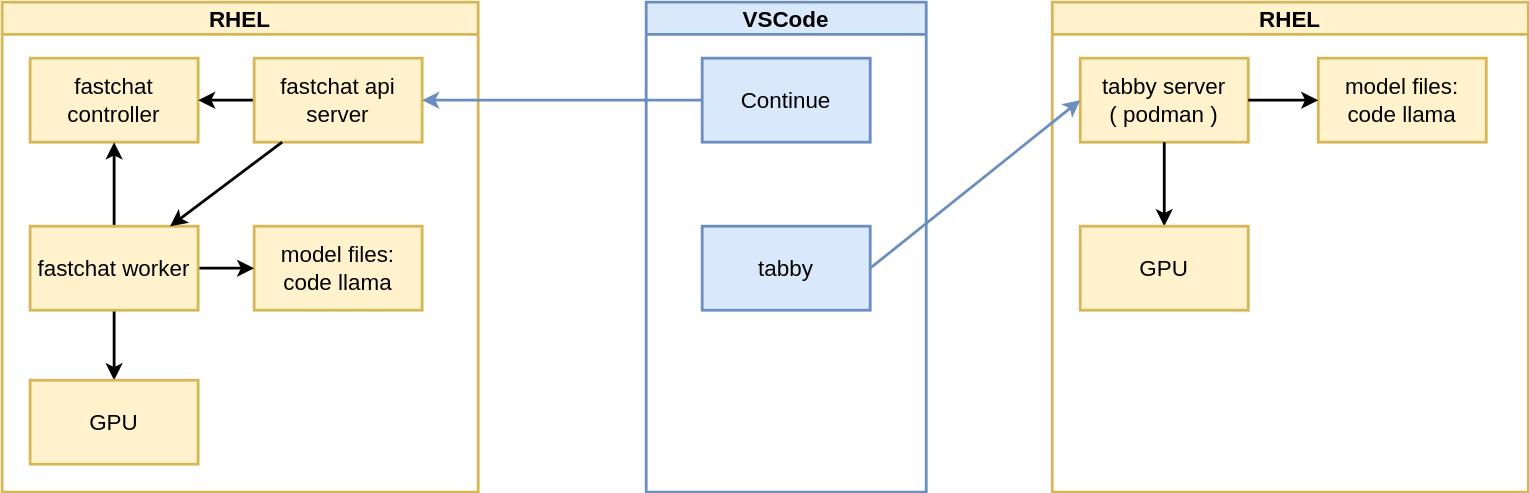
wangzheng422/pub_env_2024 keeps this draw.io diagram as notes/dia/2024.01.codellama.vscode.1.drawio.svg. Above is the earlier version. Source tidied: cells renumbered, new cells last; positions are measured from the earlier drawing's top-left corner, leaving out a move shared by most shapes.
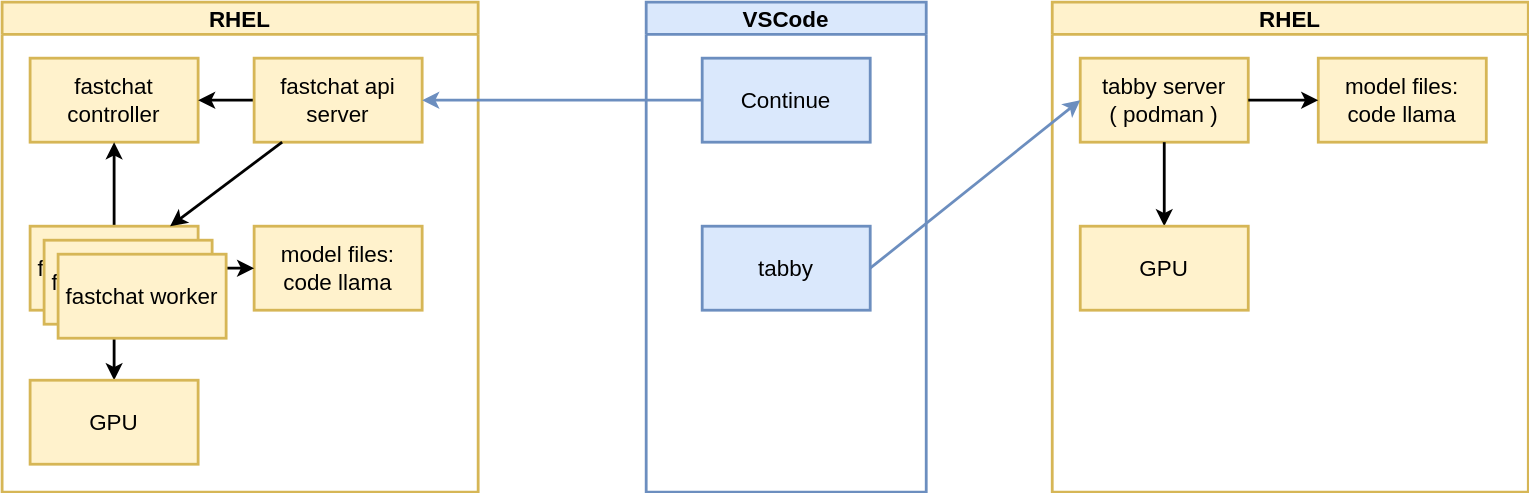
The same diagram one commit later.

Change to the diagram source:
```diff
@@ -68,5 +68,11 @@
     <mxCell id="23" style="edgeStyle=none;html=1;entryX=0;entryY=0.5;entryDx=0;entryDy=0;strokeWidth=2;fillColor=#dae8fc;strokeColor=#6c8ebf;exitX=1;exitY=0.5;exitDx=0;exitDy=0;" parent="1" edge="1" source="15" target="19">
       <mxGeometry relative="1" as="geometry" />
     </mxCell>
+    <mxCell id="24" value="fastchat worker" style="rounded=0;whiteSpace=wrap;html=1;fillColor=#fff2cc;strokeColor=#d6b656;strokeWidth=2;fontSize=16;" parent="1" vertex="1">
+      <mxGeometry x="30" y="170" width="120" height="60" as="geometry" />
+    </mxCell>
+    <mxCell id="25" value="fastchat worker" style="rounded=0;whiteSpace=wrap;html=1;fillColor=#fff2cc;strokeColor=#d6b656;strokeWidth=2;fontSize=16;" parent="1" vertex="1">
+      <mxGeometry x="40" y="180" width="120" height="60" as="geometry" />
+    </mxCell>
   </root>
 </mxGraphModel>
```
